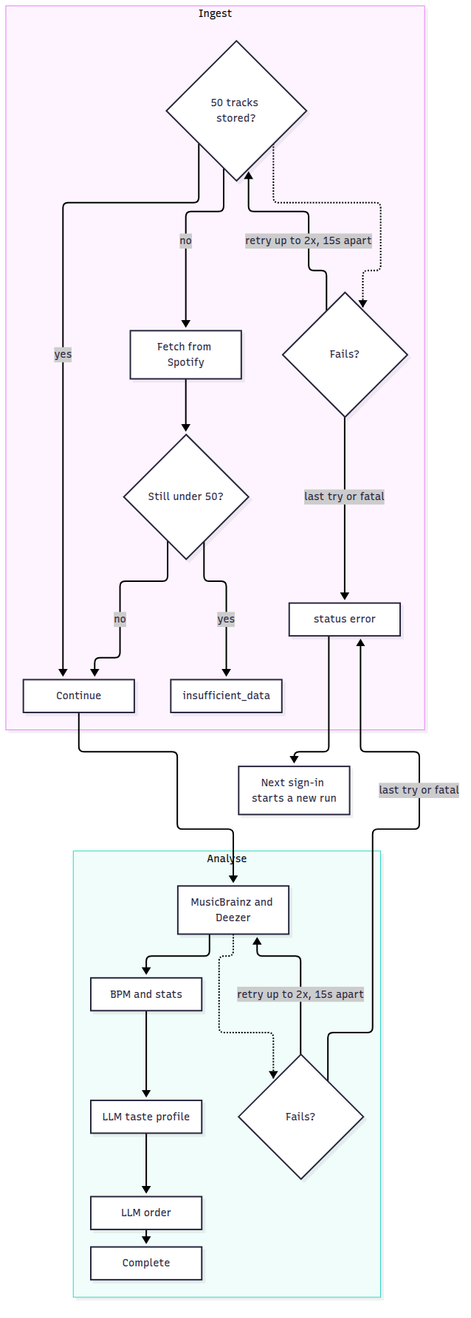
This is docs/architecture/ingestion-workflow.png from laurence-presland/spotdonalds, a Mermaid export, as it was before one commit. Its source is kept beside it as docs/architecture/ingestion-workflow.mmd.
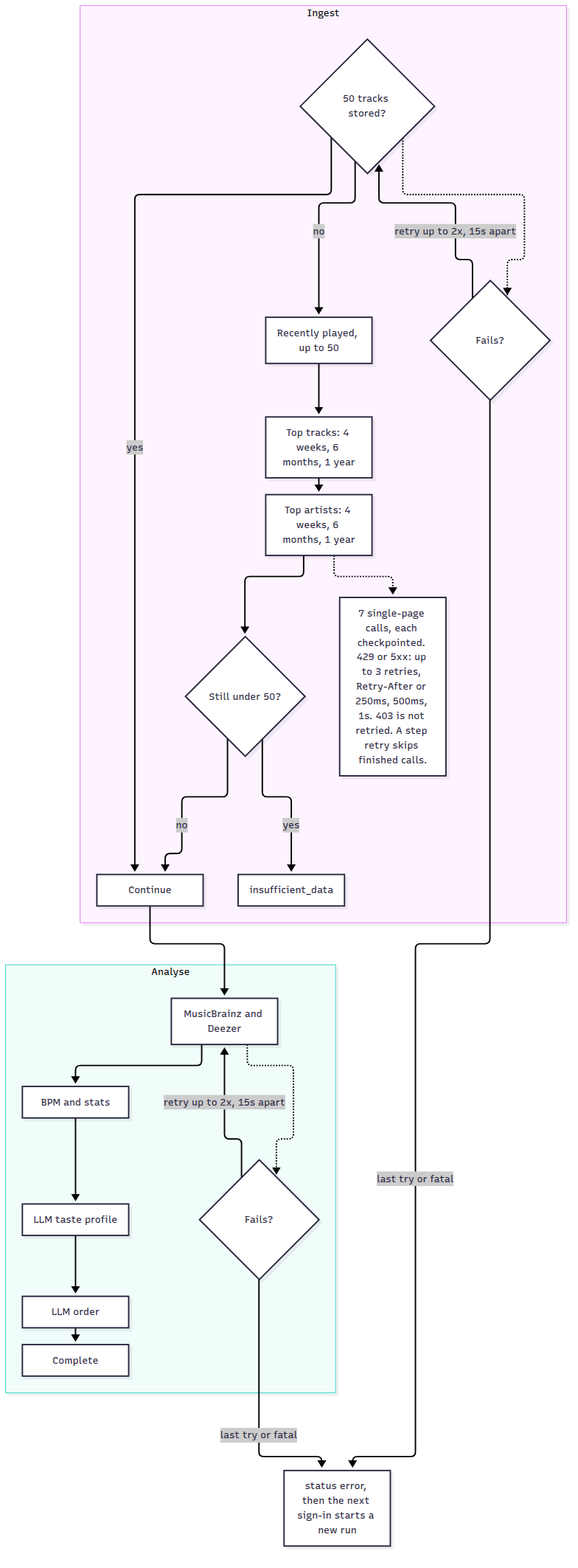
The same file after the commit.

Commit message:
Untangle the workflow error path and name the Spotify calls.

What changed in the source:
```diff
@@ -1,13 +1,15 @@
 flowchart TD
   subgraph ingest["Ingest"]
     count{"50 tracks stored?"} -->|yes| go["Continue"]
-    count -->|no| fetch["Fetch from Spotify"]
-    fetch --> still{"Still under 50?"}
+    count -->|no| recent["Recently played, up to 50"]
+    recent --> tracks["Top tracks: 4 weeks, 6 months, 1 year"]
+    tracks --> artists["Top artists: 4 weeks, 6 months, 1 year"]
+    artists --> still{"Still under 50?"}
     still -->|yes| short["insufficient_data"]
     still -->|no| go
     count -.-> iFail{"Fails?"}
     iFail -->|retry up to 2x, 15s apart| count
-    iFail -->|last try or fatal| err["status error"]
+    artists -.-> calls["7 single-page calls, each checkpointed. 429 or 5xx: up to 3 retries, Retry-After or 250ms, 500ms, 1s. 403 is not retried. A step retry skips finished calls."]
   end
   go --> enrich
   subgraph analyse["Analyse"]
@@ -17,6 +19,6 @@
     order --> done["Complete"]
     enrich -.-> aFail{"Fails?"}
     aFail -->|retry up to 2x, 15s apart| enrich
-    aFail -->|last try or fatal| err
   end
-  err --> next["Next sign-in starts a new run"]
+  iFail -->|last try or fatal| err["status error, then the next sign-in starts a new run"]
+  aFail -->|last try or fatal| err
```
